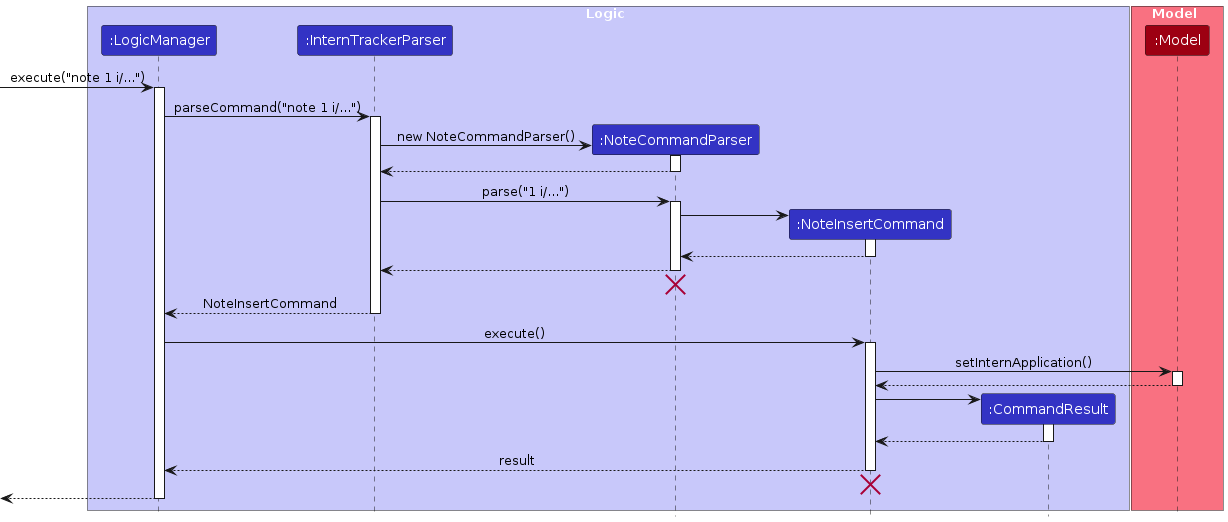
Before: diagrams/NoteInsertCommandSequenceDiagram.png, a diagram exported from PlantUML (AY2324S1-CS2103T-W17-2/tp). Its source is kept beside it as diagrams/NoteInsertCommandSequenceDiagram.puml.
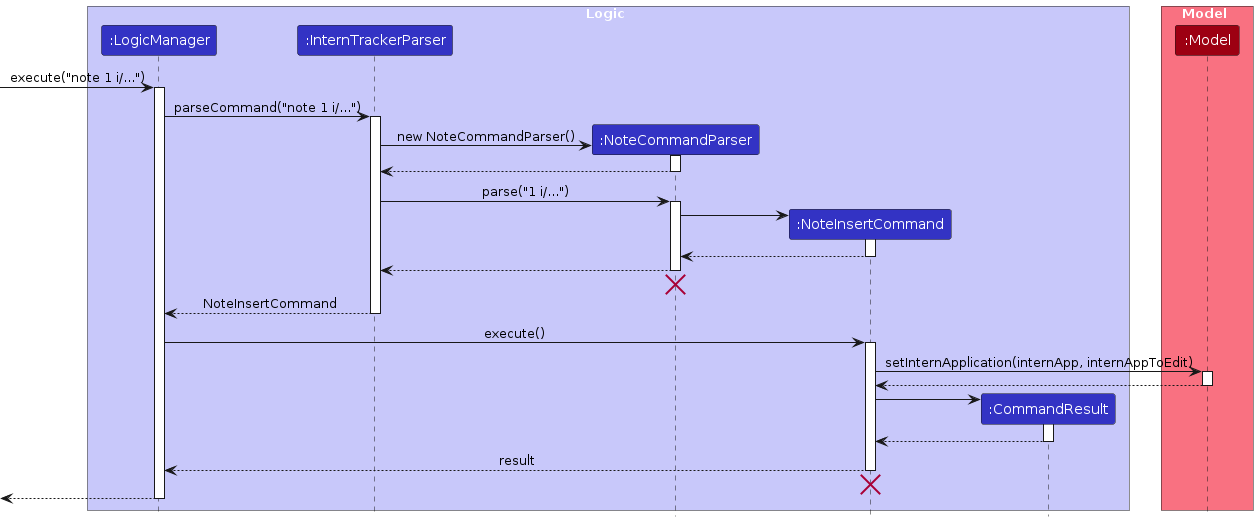
After the change.

Change to the diagram source:
```diff
@@ -48,7 +48,7 @@
 LogicManager -> NoteInsertCommand : execute()
 activate NoteInsertCommand
 
-NoteInsertCommand -> Model : setInternApplication()
+NoteInsertCommand -> Model : setInternApplication(internApp, internAppToEdit)
 activate Model
 
 
```
